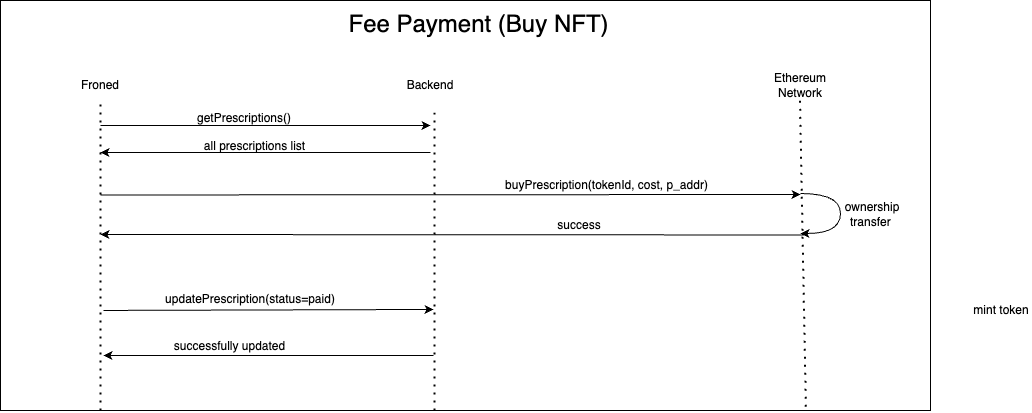
Above: public/docs/prescription_flow.png in anasM0hammad/dMed_frontend (draw.io), before the change. Source tidied: cells renumbered, new cells last; positions are measured from the earlier drawing's top-left corner, leaving out a move shared by most shapes. Source of this version:
```xml
<mxGraphModel>
  <root>
    <mxCell id="0" />
    <mxCell id="1" parent="0" />
    <mxCell id="2" style="rounded=0;whiteSpace=wrap;html=1;" parent="1" vertex="1">
      <mxGeometry width="930" height="410" as="geometry" />
    </mxCell>
    <mxCell id="3" value="&lt;span style=&quot;font-size: 24px;&quot;&gt;Fee Payment (Buy NFT)&lt;/span&gt;" style="text;html=1;align=center;verticalAlign=middle;whiteSpace=wrap;rounded=0;" parent="1" vertex="1">
      <mxGeometry x="330" y="9" width="297" height="30" as="geometry" />
    </mxCell>
    <mxCell id="4" value="Backend" style="text;html=1;align=center;verticalAlign=middle;whiteSpace=wrap;rounded=0;" parent="1" vertex="1">
      <mxGeometry x="400" y="70" width="60" height="30" as="geometry" />
    </mxCell>
    <mxCell id="5" value="Ethereum Network" style="text;html=1;align=center;verticalAlign=middle;whiteSpace=wrap;rounded=0;" parent="1" vertex="1">
      <mxGeometry x="770" y="70" width="60" height="30" as="geometry" />
    </mxCell>
    <mxCell id="6" style="endArrow=none;dashed=1;html=1;dashPattern=1 3;strokeWidth=2;rounded=0;" parent="1" edge="1">
      <mxGeometry relative="1" as="geometry">
        <mxPoint x="100" y="410" as="sourcePoint" />
        <mxPoint x="100" y="98" as="targetPoint" />
      </mxGeometry>
    </mxCell>
    <mxCell id="7" style="endArrow=none;dashed=1;html=1;dashPattern=1 3;strokeWidth=2;rounded=0;" parent="1" edge="1">
      <mxGeometry relative="1" as="geometry">
        <mxPoint x="434" y="410" as="sourcePoint" />
        <mxPoint x="434" y="110" as="targetPoint" />
      </mxGeometry>
    </mxCell>
    <mxCell id="8" style="endArrow=none;dashed=1;html=1;dashPattern=1 3;strokeWidth=2;rounded=0;exitX=0.866;exitY=0.991;exitDx=0;exitDy=0;exitPerimeter=0;" parent="1" edge="1" source="2">
      <mxGeometry relative="1" as="geometry">
        <mxPoint x="799.5" y="100" as="targetPoint" />
      </mxGeometry>
    </mxCell>
    <mxCell id="9" style="endArrow=classic;html=1;rounded=0;" parent="1" edge="1">
      <mxGeometry relative="1" as="geometry">
        <mxPoint x="100" y="125" as="sourcePoint" />
        <mxPoint x="430" y="125" as="targetPoint" />
      </mxGeometry>
    </mxCell>
    <mxCell id="10" value="getPrescriptions()" style="text;html=1;align=center;verticalAlign=middle;whiteSpace=wrap;rounded=0;" parent="1" vertex="1">
      <mxGeometry x="214" y="103" width="60" height="30" as="geometry" />
    </mxCell>
    <mxCell id="11" style="endArrow=classic;html=1;rounded=0;" parent="1" edge="1">
      <mxGeometry relative="1" as="geometry">
        <mxPoint x="430" y="152" as="sourcePoint" />
        <mxPoint x="100" y="152" as="targetPoint" />
      </mxGeometry>
    </mxCell>
    <mxCell id="12" value="all prescriptions list" style="text;html=1;align=center;verticalAlign=middle;whiteSpace=wrap;rounded=0;" parent="1" vertex="1">
      <mxGeometry x="169" y="131" width="171" height="30" as="geometry" />
    </mxCell>
    <mxCell id="13" style="endArrow=classic;html=1;rounded=0;" parent="1" edge="1">
      <mxGeometry relative="1" as="geometry">
        <mxPoint x="100" y="194.5" as="sourcePoint" />
        <mxPoint x="800" y="194" as="targetPoint" />
      </mxGeometry>
    </mxCell>
    <mxCell id="14" value="buyPrescription(tokenId, cost, p_addr)" style="text;html=1;align=center;verticalAlign=middle;whiteSpace=wrap;rounded=0;" parent="1" vertex="1">
      <mxGeometry x="491.5" y="170" width="228.5" height="30" as="geometry" />
    </mxCell>
    <mxCell id="15" style="endArrow=classic;html=1;rounded=0;" parent="1" edge="1">
      <mxGeometry relative="1" as="geometry">
        <mxPoint x="803.5" y="234.5" as="sourcePoint" />
        <mxPoint x="100" y="234" as="targetPoint" />
      </mxGeometry>
    </mxCell>
    <mxCell id="16" style="curved=1;endArrow=classic;html=1;rounded=0;" parent="1" edge="1">
      <mxGeometry relative="1" as="geometry">
        <mxPoint x="800" y="193" as="sourcePoint" />
        <mxPoint x="800" y="233" as="targetPoint" />
        <Array as="points">
          <mxPoint x="840" y="193" />
          <mxPoint x="840" y="233" />
        </Array>
      </mxGeometry>
    </mxCell>
    <mxCell id="17" value="mint token" style="text;html=1;align=center;verticalAlign=middle;whiteSpace=wrap;rounded=0;" parent="1" vertex="1">
      <mxGeometry x="971" y="295" width="60" height="30" as="geometry" />
    </mxCell>
    <mxCell id="18" style="endArrow=classic;html=1;rounded=0;" parent="1" edge="1">
      <mxGeometry relative="1" as="geometry">
        <mxPoint x="433" y="355" as="sourcePoint" />
        <mxPoint x="103" y="355" as="targetPoint" />
      </mxGeometry>
    </mxCell>
    <mxCell id="19" value="successfully updated" style="text;html=1;align=center;verticalAlign=middle;whiteSpace=wrap;rounded=0;" parent="1" vertex="1">
      <mxGeometry x="169" y="331" width="121" height="30" as="geometry" />
    </mxCell>
    <mxCell id="20" value="Froned" style="text;html=1;align=center;verticalAlign=middle;whiteSpace=wrap;rounded=0;" parent="1" vertex="1">
      <mxGeometry x="70" y="70" width="60" height="30" as="geometry" />
    </mxCell>
    <mxCell id="21" value="success" style="text;html=1;align=center;verticalAlign=middle;whiteSpace=wrap;rounded=0;" parent="1" vertex="1">
      <mxGeometry x="548.5" y="210" width="60" height="30" as="geometry" />
    </mxCell>
    <mxCell id="22" style="endArrow=classic;html=1;rounded=0;" parent="1" edge="1">
      <mxGeometry relative="1" as="geometry">
        <mxPoint x="103" y="309.9" as="sourcePoint" />
        <mxPoint x="433" y="308.9" as="targetPoint" />
      </mxGeometry>
    </mxCell>
    <mxCell id="23" value="updatePrescription(status=paid)" style="text;html=1;align=center;verticalAlign=middle;whiteSpace=wrap;rounded=0;" parent="1" vertex="1">
      <mxGeometry x="130" y="284" width="240" height="30" as="geometry" />
    </mxCell>
    <mxCell id="24" value="ownership transfer&amp;nbsp;" style="text;html=1;align=center;verticalAlign=middle;whiteSpace=wrap;rounded=0;" parent="1" vertex="1">
      <mxGeometry x="842" y="199" width="60" height="30" as="geometry" />
    </mxCell>
  </root>
</mxGraphModel>
```
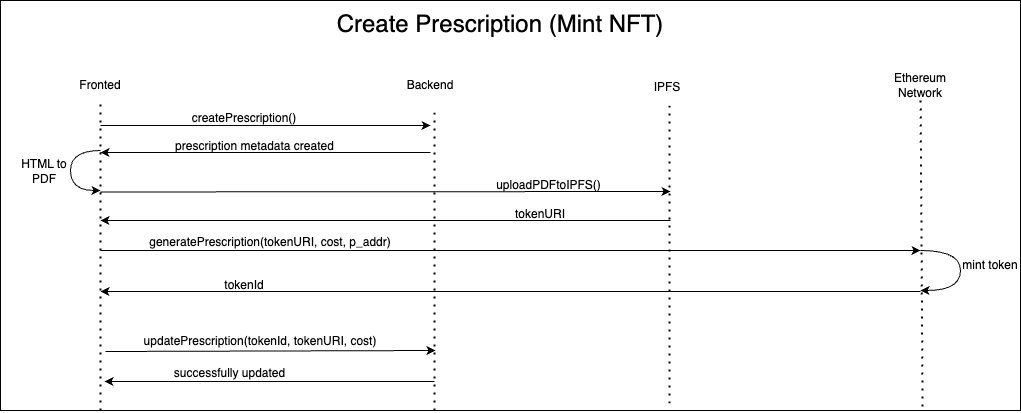
After the change.

Commit message:
fix prescription flow img

The edit, as a diff of the source:
```diff
@@ -3,16 +3,16 @@
     <mxCell id="0" />
     <mxCell id="1" parent="0" />
     <mxCell id="2" style="rounded=0;whiteSpace=wrap;html=1;" parent="1" vertex="1">
-      <mxGeometry width="930" height="410" as="geometry" />
+      <mxGeometry width="1020" height="410" as="geometry" />
     </mxCell>
-    <mxCell id="3" value="&lt;span style=&quot;font-size: 24px;&quot;&gt;Fee Payment (Buy NFT)&lt;/span&gt;" style="text;html=1;align=center;verticalAlign=middle;whiteSpace=wrap;rounded=0;" parent="1" vertex="1">
-      <mxGeometry x="330" y="9" width="297" height="30" as="geometry" />
+    <mxCell id="3" value="&lt;span style=&quot;font-size: 24px;&quot;&gt;Create Prescription (Mint NFT)&lt;/span&gt;" style="text;html=1;align=center;verticalAlign=middle;whiteSpace=wrap;rounded=0;" parent="1" vertex="1">
+      <mxGeometry x="330" y="9" width="340" height="30" as="geometry" />
     </mxCell>
     <mxCell id="4" value="Backend" style="text;html=1;align=center;verticalAlign=middle;whiteSpace=wrap;rounded=0;" parent="1" vertex="1">
       <mxGeometry x="400" y="70" width="60" height="30" as="geometry" />
     </mxCell>
     <mxCell id="5" value="Ethereum Network" style="text;html=1;align=center;verticalAlign=middle;whiteSpace=wrap;rounded=0;" parent="1" vertex="1">
-      <mxGeometry x="770" y="70" width="60" height="30" as="geometry" />
+      <mxGeometry x="890" y="70" width="60" height="30" as="geometry" />
     </mxCell>
     <mxCell id="6" style="endArrow=none;dashed=1;html=1;dashPattern=1 3;strokeWidth=2;rounded=0;" parent="1" edge="1">
       <mxGeometry relative="1" as="geometry">
@@ -26,10 +26,8 @@
         <mxPoint x="434" y="110" as="targetPoint" />
       </mxGeometry>
     </mxCell>
-    <mxCell id="8" style="endArrow=none;dashed=1;html=1;dashPattern=1 3;strokeWidth=2;rounded=0;exitX=0.866;exitY=0.991;exitDx=0;exitDy=0;exitPerimeter=0;" parent="1" edge="1" source="2">
-      <mxGeometry relative="1" as="geometry">
-        <mxPoint x="799.5" y="100" as="targetPoint" />
-      </mxGeometry>
+    <mxCell id="8" style="endArrow=none;dashed=1;html=1;dashPattern=1 3;strokeWidth=2;rounded=0;exitX=0.904;exitY=0.99;exitDx=0;exitDy=0;exitPerimeter=0;" parent="1" edge="1" source="2" target="5">
+      <mxGeometry relative="1" as="geometry" />
     </mxCell>
     <mxCell id="9" style="endArrow=classic;html=1;rounded=0;" parent="1" edge="1">
       <mxGeometry relative="1" as="geometry">
@@ -37,7 +35,7 @@
         <mxPoint x="430" y="125" as="targetPoint" />
       </mxGeometry>
     </mxCell>
-    <mxCell id="10" value="getPrescriptions()" style="text;html=1;align=center;verticalAlign=middle;whiteSpace=wrap;rounded=0;" parent="1" vertex="1">
+    <mxCell id="10" value="createPrescription()" style="text;html=1;align=center;verticalAlign=middle;whiteSpace=wrap;rounded=0;" parent="1" vertex="1">
       <mxGeometry x="214" y="103" width="60" height="30" as="geometry" />
     </mxCell>
     <mxCell id="11" style="endArrow=classic;html=1;rounded=0;" parent="1" edge="1">
@@ -46,63 +44,100 @@
         <mxPoint x="100" y="152" as="targetPoint" />
       </mxGeometry>
     </mxCell>
-    <mxCell id="12" value="all prescriptions list" style="text;html=1;align=center;verticalAlign=middle;whiteSpace=wrap;rounded=0;" parent="1" vertex="1">
+    <mxCell id="12" value="prescription metadata created" style="text;html=1;align=center;verticalAlign=middle;whiteSpace=wrap;rounded=0;" parent="1" vertex="1">
       <mxGeometry x="169" y="131" width="171" height="30" as="geometry" />
     </mxCell>
     <mxCell id="13" style="endArrow=classic;html=1;rounded=0;" parent="1" edge="1">
       <mxGeometry relative="1" as="geometry">
-        <mxPoint x="100" y="194.5" as="sourcePoint" />
-        <mxPoint x="800" y="194" as="targetPoint" />
+        <mxPoint x="100" y="191.5" as="sourcePoint" />
+        <mxPoint x="670" y="191" as="targetPoint" />
       </mxGeometry>
     </mxCell>
-    <mxCell id="14" value="buyPrescription(tokenId, cost, p_addr)" style="text;html=1;align=center;verticalAlign=middle;whiteSpace=wrap;rounded=0;" parent="1" vertex="1">
-      <mxGeometry x="491.5" y="170" width="228.5" height="30" as="geometry" />
+    <mxCell id="14" value="uploadPDFtoIPFS()" style="text;html=1;align=center;verticalAlign=middle;whiteSpace=wrap;rounded=0;" parent="1" vertex="1">
+      <mxGeometry x="433.5" y="170" width="228.5" height="30" as="geometry" />
     </mxCell>
     <mxCell id="15" style="endArrow=classic;html=1;rounded=0;" parent="1" edge="1">
       <mxGeometry relative="1" as="geometry">
-        <mxPoint x="803.5" y="234.5" as="sourcePoint" />
-        <mxPoint x="100" y="234" as="targetPoint" />
+        <mxPoint x="670" y="220" as="sourcePoint" />
+        <mxPoint x="100" y="220" as="targetPoint" />
       </mxGeometry>
     </mxCell>
     <mxCell id="16" style="curved=1;endArrow=classic;html=1;rounded=0;" parent="1" edge="1">
       <mxGeometry relative="1" as="geometry">
-        <mxPoint x="800" y="193" as="sourcePoint" />
-        <mxPoint x="800" y="233" as="targetPoint" />
+        <mxPoint x="920" y="250" as="sourcePoint" />
+        <mxPoint x="920" y="290" as="targetPoint" />
         <Array as="points">
-          <mxPoint x="840" y="193" />
-          <mxPoint x="840" y="233" />
+          <mxPoint x="960" y="250" />
+          <mxPoint x="960" y="290" />
         </Array>
       </mxGeometry>
     </mxCell>
     <mxCell id="17" value="mint token" style="text;html=1;align=center;verticalAlign=middle;whiteSpace=wrap;rounded=0;" parent="1" vertex="1">
-      <mxGeometry x="971" y="295" width="60" height="30" as="geometry" />
+      <mxGeometry x="960" y="250" width="60" height="30" as="geometry" />
     </mxCell>
     <mxCell id="18" style="endArrow=classic;html=1;rounded=0;" parent="1" edge="1">
       <mxGeometry relative="1" as="geometry">
-        <mxPoint x="433" y="355" as="sourcePoint" />
-        <mxPoint x="103" y="355" as="targetPoint" />
+        <mxPoint x="434" y="381" as="sourcePoint" />
+        <mxPoint x="104" y="381" as="targetPoint" />
       </mxGeometry>
     </mxCell>
     <mxCell id="19" value="successfully updated" style="text;html=1;align=center;verticalAlign=middle;whiteSpace=wrap;rounded=0;" parent="1" vertex="1">
-      <mxGeometry x="169" y="331" width="121" height="30" as="geometry" />
+      <mxGeometry x="169" y="358" width="121" height="30" as="geometry" />
     </mxCell>
-    <mxCell id="20" value="Froned" style="text;html=1;align=center;verticalAlign=middle;whiteSpace=wrap;rounded=0;" parent="1" vertex="1">
+    <mxCell id="20" value="Fronted" style="text;html=1;align=center;verticalAlign=middle;whiteSpace=wrap;rounded=0;" parent="1" vertex="1">
       <mxGeometry x="70" y="70" width="60" height="30" as="geometry" />
     </mxCell>
-    <mxCell id="21" value="success" style="text;html=1;align=center;verticalAlign=middle;whiteSpace=wrap;rounded=0;" parent="1" vertex="1">
-      <mxGeometry x="548.5" y="210" width="60" height="30" as="geometry" />
+    <mxCell id="21" value="tokenURI" style="text;html=1;align=center;verticalAlign=middle;whiteSpace=wrap;rounded=0;" parent="1" vertex="1">
+      <mxGeometry x="510" y="199" width="60" height="30" as="geometry" />
     </mxCell>
     <mxCell id="22" style="endArrow=classic;html=1;rounded=0;" parent="1" edge="1">
       <mxGeometry relative="1" as="geometry">
-        <mxPoint x="103" y="309.9" as="sourcePoint" />
-        <mxPoint x="433" y="308.9" as="targetPoint" />
+        <mxPoint x="105" y="351" as="sourcePoint" />
+        <mxPoint x="435" y="350" as="targetPoint" />
       </mxGeometry>
     </mxCell>
-    <mxCell id="23" value="updatePrescription(status=paid)" style="text;html=1;align=center;verticalAlign=middle;whiteSpace=wrap;rounded=0;" parent="1" vertex="1">
-      <mxGeometry x="130" y="284" width="240" height="30" as="geometry" />
+    <mxCell id="23" value="updatePrescription(tokenId, tokenURI, cost)" style="text;html=1;align=center;verticalAlign=middle;whiteSpace=wrap;rounded=0;" parent="1" vertex="1">
+      <mxGeometry x="140" y="326" width="240" height="30" as="geometry" />
     </mxCell>
-    <mxCell id="24" value="ownership transfer&amp;nbsp;" style="text;html=1;align=center;verticalAlign=middle;whiteSpace=wrap;rounded=0;" parent="1" vertex="1">
-      <mxGeometry x="842" y="199" width="60" height="30" as="geometry" />
-    </mxCell>
+    <mxCell id="25" value="IPFS" style="text;html=1;align=center;verticalAlign=middle;whiteSpace=wrap;rounded=0;" parent="1" vertex="1">
+      <mxGeometry x="637" y="72" width="60" height="30" as="geometry" />
+    </mxCell>
+    <mxCell id="26" style="endArrow=none;dashed=1;html=1;dashPattern=1 3;strokeWidth=2;rounded=0;" parent="1" edge="1">
+      <mxGeometry relative="1" as="geometry">
+        <mxPoint x="669" y="403" as="sourcePoint" />
+        <mxPoint x="669" y="103" as="targetPoint" />
+      </mxGeometry>
+    </mxCell>
+    <mxCell id="27" style="curved=1;endArrow=classic;html=1;rounded=0;" parent="1" edge="1">
+      <mxGeometry relative="1" as="geometry">
+        <mxPoint x="100" y="150" as="sourcePoint" />
+        <mxPoint x="100" y="190" as="targetPoint" />
+        <Array as="points">
+          <mxPoint x="70" y="150" />
+          <mxPoint x="70" y="190" />
+        </Array>
+      </mxGeometry>
+    </mxCell>
+    <mxCell id="28" value="HTML to PDF" style="text;html=1;align=center;verticalAlign=middle;whiteSpace=wrap;rounded=0;" parent="1" vertex="1">
+      <mxGeometry x="14" y="156" width="60" height="30" as="geometry" />
+    </mxCell>
+    <mxCell id="29" style="endArrow=classic;html=1;rounded=0;" parent="1" edge="1">
+      <mxGeometry relative="1" as="geometry">
+        <mxPoint x="100" y="250" as="sourcePoint" />
+        <mxPoint x="920" y="250" as="targetPoint" />
+      </mxGeometry>
+    </mxCell>
+    <mxCell id="30" value="generatePrescription(tokenURI, cost, p_addr)" style="text;html=1;align=center;verticalAlign=middle;whiteSpace=wrap;rounded=0;" parent="1" vertex="1">
+      <mxGeometry x="140" y="227" width="260" height="30" as="geometry" />
+    </mxCell>
+    <mxCell id="31" style="endArrow=classic;html=1;rounded=0;" parent="1" edge="1">
+      <mxGeometry relative="1" as="geometry">
+        <mxPoint x="920" y="291" as="sourcePoint" />
+        <mxPoint x="100" y="291" as="targetPoint" />
+      </mxGeometry>
+    </mxCell>
+    <mxCell id="32" value="tokenId" style="text;html=1;align=center;verticalAlign=middle;whiteSpace=wrap;rounded=0;" parent="1" vertex="1">
+      <mxGeometry x="214" y="270" width="60" height="30" as="geometry" />
+    </mxCell>
   </root>
 </mxGraphModel>
```
